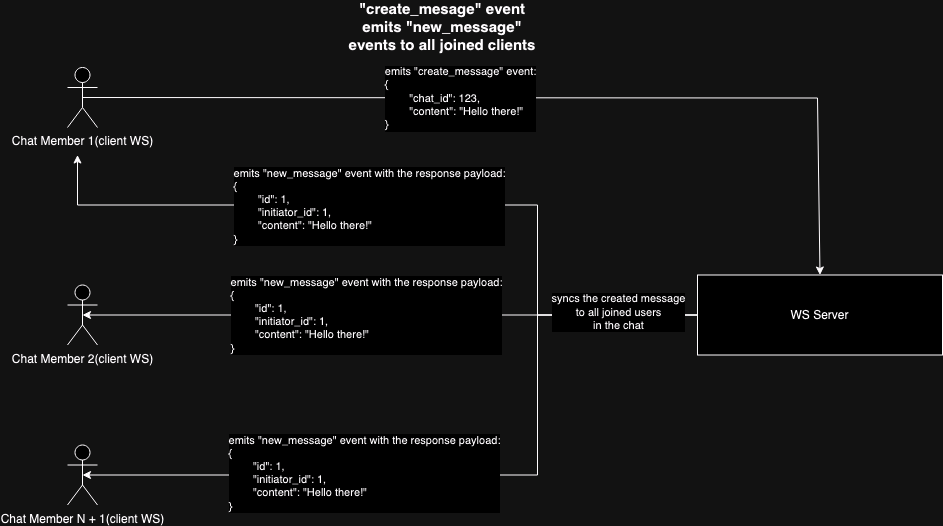
KR1470R/artos-messenger keeps this draw.io diagram as assets/ws-diagrams/messages/crud/create_message.event.png. Above is the earlier version. Source tidied: cells renumbered, new cells last; positions are measured from the earlier drawing's top-left corner, leaving out a move shared by most shapes. Source of this version:
```xml
<mxGraphModel>
  <root>
    <mxCell id="0" />
    <mxCell id="1" parent="0" />
    <mxCell id="2" value="Chat Member 2(client WS)" style="shape=umlActor;verticalLabelPosition=bottom;verticalAlign=top;html=1;outlineConnect=0;" parent="1" vertex="1">
      <mxGeometry y="272.5" width="30" height="60" as="geometry" />
    </mxCell>
    <mxCell id="3" value="Chat Member 1(client WS)" style="shape=umlActor;verticalLabelPosition=bottom;verticalAlign=top;html=1;outlineConnect=0;" parent="1" vertex="1">
      <mxGeometry y="55" width="30" height="60" as="geometry" />
    </mxCell>
    <mxCell id="4" value="Chat Member N + 1(client WS)" style="shape=umlActor;verticalLabelPosition=bottom;verticalAlign=top;html=1;outlineConnect=0;" parent="1" vertex="1">
      <mxGeometry y="432.5" width="30" height="60" as="geometry" />
    </mxCell>
    <mxCell id="5" value="WS Server" style="rounded=0;whiteSpace=wrap;html=1;" parent="1" vertex="1">
      <mxGeometry x="630" y="262.5" width="245" height="80" as="geometry" />
    </mxCell>
    <mxCell id="6" style="endArrow=classic;html=1;rounded=0;exitX=0;exitY=0.5;exitDx=0;exitDy=0;" parent="1" edge="1" source="5">
      <mxGeometry relative="1" as="geometry">
        <mxPoint x="10" y="142.5" as="targetPoint" />
        <Array as="points">
          <mxPoint x="470" y="302.5" />
          <mxPoint x="470" y="242.5" />
          <mxPoint x="470" y="192.5" />
          <mxPoint x="10" y="192.5" />
        </Array>
      </mxGeometry>
    </mxCell>
    <mxCell id="7" value="&lt;div&gt;emits &quot;new_message&quot; event with the response payload:&lt;/div&gt;&lt;div align=&quot;left&quot;&gt;{&lt;/div&gt;&lt;div align=&quot;left&quot;&gt;&lt;span style=&quot;white-space: pre;&quot;&gt;&#9;&lt;/span&gt;&quot;id&quot;: 1,&lt;/div&gt;&lt;div align=&quot;left&quot;&gt;&lt;span style=&quot;white-space: pre;&quot;&gt;&#9;&lt;/span&gt;&lt;span style=&quot;white-space: pre;&quot;&gt;&lt;/span&gt;&quot;initiator_id&quot;: 1,&lt;/div&gt;&lt;div align=&quot;left&quot;&gt;&lt;span style=&quot;white-space: pre;&quot;&gt;&#9;&lt;/span&gt;&quot;content&quot;: &quot;Hello there!&quot;&lt;/div&gt;&lt;div align=&quot;left&quot;&gt;}&lt;br&gt;&lt;/div&gt;" style="edgeLabel;html=1;align=center;verticalAlign=middle;" parent="6" vertex="1">
      <mxGeometry x="-0.15" y="1" relative="1" as="geometry">
        <mxPoint x="-106" as="offset" />
      </mxGeometry>
    </mxCell>
    <mxCell id="8" style="endArrow=classic;html=1;rounded=0;exitX=0;exitY=0.5;exitDx=0;exitDy=0;entryX=0.5;entryY=0.5;entryDx=0;entryDy=0;entryPerimeter=0;" parent="1" edge="1" source="5" target="2">
      <mxGeometry relative="1" as="geometry" />
    </mxCell>
    <mxCell id="9" value="&lt;div&gt;emits &quot;new_message&quot; event with the response payload:&lt;/div&gt;&lt;div align=&quot;left&quot;&gt;{&lt;/div&gt;&lt;div align=&quot;left&quot;&gt;&lt;span style=&quot;white-space: pre;&quot;&gt;&#9;&lt;/span&gt;&quot;id&quot;: 1,&lt;/div&gt;&lt;div align=&quot;left&quot;&gt;&lt;span style=&quot;white-space: pre;&quot;&gt;&#9;&lt;/span&gt;&lt;span style=&quot;white-space: pre;&quot;&gt;&lt;/span&gt;&quot;initiator_id&quot;: 1,&lt;/div&gt;&lt;div align=&quot;left&quot;&gt;&lt;span style=&quot;white-space: pre;&quot;&gt;&#9;&lt;/span&gt;&quot;content&quot;: &quot;Hello there!&quot;&lt;/div&gt;&lt;div align=&quot;left&quot;&gt;}&lt;br&gt;&lt;/div&gt;" style="edgeLabel;html=1;align=center;verticalAlign=middle;" parent="8" vertex="1">
      <mxGeometry x="0.21" relative="1" as="geometry">
        <mxPoint x="42" as="offset" />
      </mxGeometry>
    </mxCell>
    <mxCell id="10" style="endArrow=classic;html=1;rounded=0;exitX=0;exitY=0.5;exitDx=0;exitDy=0;entryX=0.5;entryY=0.5;entryDx=0;entryDy=0;entryPerimeter=0;" parent="1" edge="1" source="5" target="4">
      <mxGeometry relative="1" as="geometry">
        <Array as="points">
          <mxPoint x="470" y="302.5" />
          <mxPoint x="470" y="462.5" />
        </Array>
      </mxGeometry>
    </mxCell>
    <mxCell id="11" value="&lt;div&gt;syncs the created message&lt;/div&gt;&lt;div&gt;to all joined users&lt;/div&gt;&lt;div&gt;in the chat&lt;br&gt;&lt;/div&gt;" style="edgeLabel;html=1;align=center;verticalAlign=middle;" parent="10" vertex="1">
      <mxGeometry x="-0.77" y="-3" relative="1" as="geometry">
        <mxPoint x="8" as="offset" />
      </mxGeometry>
    </mxCell>
    <mxCell id="12" value="&lt;div&gt;emits &quot;new_message&quot; event with the response payload:&lt;/div&gt;&lt;div align=&quot;left&quot;&gt;{&lt;/div&gt;&lt;div align=&quot;left&quot;&gt;&lt;span style=&quot;white-space: pre;&quot;&gt;&#9;&lt;/span&gt;&quot;id&quot;: 1,&lt;/div&gt;&lt;div align=&quot;left&quot;&gt;&lt;span style=&quot;white-space: pre;&quot;&gt;&lt;/span&gt;&lt;span style=&quot;white-space: pre;&quot;&gt;&#9;&lt;/span&gt;&quot;initiator_id&quot;: 1,&lt;/div&gt;&lt;div align=&quot;left&quot;&gt;&lt;span style=&quot;white-space: pre;&quot;&gt;&#9;&lt;/span&gt;&quot;content&quot;: &quot;Hello there!&quot;&lt;/div&gt;&lt;div align=&quot;left&quot;&gt;}&lt;br&gt;&lt;/div&gt;" style="edgeLabel;html=1;align=center;verticalAlign=middle;" parent="10" vertex="1">
      <mxGeometry x="0.29" y="-2" relative="1" as="geometry">
        <mxPoint x="8" as="offset" />
      </mxGeometry>
    </mxCell>
    <mxCell id="13" style="endArrow=classic;html=1;rounded=0;exitX=0.5;exitY=0.5;exitDx=0;exitDy=0;exitPerimeter=0;entryX=0.5;entryY=0;entryDx=0;entryDy=0;" parent="1" edge="1" source="3" target="5">
      <mxGeometry relative="1" as="geometry">
        <Array as="points">
          <mxPoint x="750" y="85.5" />
        </Array>
      </mxGeometry>
    </mxCell>
    <mxCell id="14" value="&lt;div&gt;emits &quot;create_message&quot; event:&lt;/div&gt;&lt;div align=&quot;left&quot;&gt;{&lt;/div&gt;&lt;div align=&quot;left&quot;&gt;&lt;span style=&quot;white-space: pre;&quot;&gt;&#9;&lt;/span&gt;&quot;chat_id&quot;: 123,&lt;/div&gt;&lt;div align=&quot;left&quot;&gt;&lt;span style=&quot;white-space: pre;&quot;&gt;&#9;&lt;/span&gt;&quot;content&quot;: &quot;Hello there!&quot;&lt;/div&gt;&lt;div align=&quot;left&quot;&gt;}&lt;br&gt;&lt;/div&gt;" style="edgeLabel;html=1;align=center;verticalAlign=middle;" parent="13" vertex="1">
      <mxGeometry x="-0.17" y="-4" relative="1" as="geometry">
        <mxPoint x="-1" y="-4" as="offset" />
      </mxGeometry>
    </mxCell>
    <mxCell id="15" value="&lt;b&gt;&lt;font style=&quot;font-size: 15px;&quot;&gt;&quot;create_mesage&quot; event emits &quot;new_message&quot; events to all joined clients&lt;br&gt;&lt;/font&gt;&lt;/b&gt;" style="text;html=1;align=center;verticalAlign=middle;whiteSpace=wrap;rounded=0;" parent="1" vertex="1">
      <mxGeometry x="280" width="190" height="30" as="geometry" />
    </mxCell>
  </root>
</mxGraphModel>
```
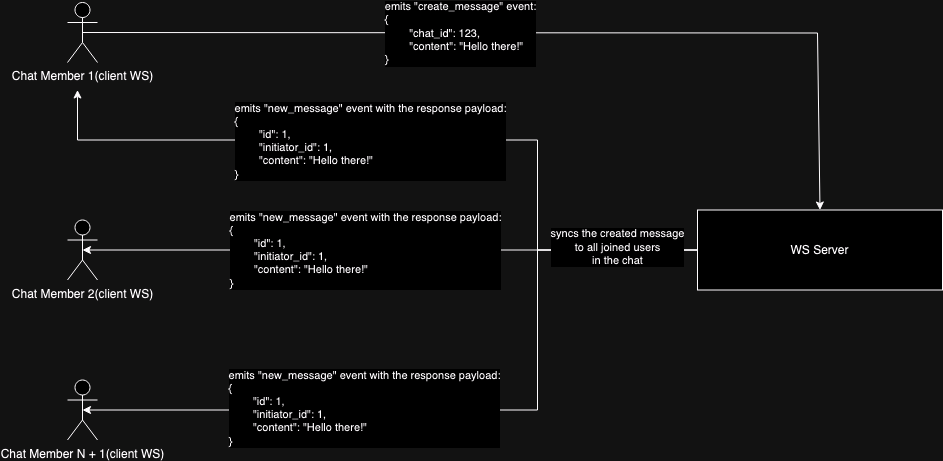
Above is the later version.

Commit message:
updated readme, refactored diagrams

What changed in the source:
```diff
@@ -68,8 +68,5 @@
         <mxPoint x="-1" y="-4" as="offset" />
       </mxGeometry>
     </mxCell>
-    <mxCell id="15" value="&lt;b&gt;&lt;font style=&quot;font-size: 15px;&quot;&gt;&quot;create_mesage&quot; event emits &quot;new_message&quot; events to all joined clients&lt;br&gt;&lt;/font&gt;&lt;/b&gt;" style="text;html=1;align=center;verticalAlign=middle;whiteSpace=wrap;rounded=0;" parent="1" vertex="1">
-      <mxGeometry x="280" width="190" height="30" as="geometry" />
-    </mxCell>
   </root>
 </mxGraphModel>
```
